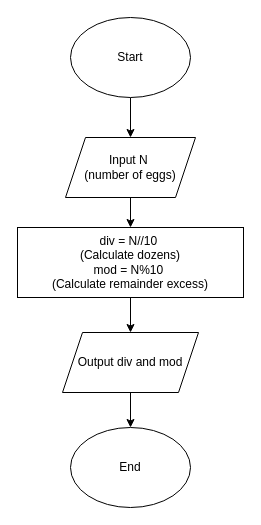
The draw.io diagram page "Câu 2" (2 of 9) of drawio/Exercises_Week3-5.drawio in HerokeyVN/Temp, before the edit. Source tidied: cells renumbered, new cells numbered last; positions are measured from the earlier drawing's top-left corner, leaving out a move shared by most shapes. Both pictures are drawn from the tidied source at 100%, with x=0, y=0 at pixel (17, 17).
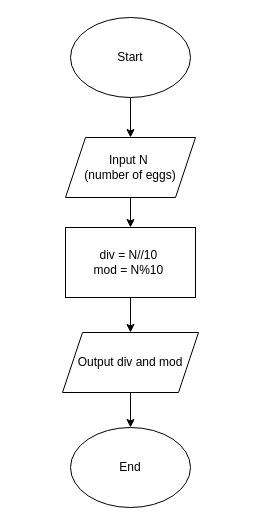
Above is the later version.

Diff of the diagram source:
```diff
@@
 <mxGraphModel>
   <root>
     <mxCell id="0" />
     <mxCell id="1" parent="0" />
     <mxCell id="2" style="edgeStyle=orthogonalEdgeStyle;rounded=0;jettySize=auto;html=1;" parent="1" edge="1" source="3" target="5">
       <mxGeometry relative="1" as="geometry" />
     </mxCell>
     <mxCell id="3" value="Start" style="ellipse;whiteSpace=wrap;html=1;" parent="1" vertex="1">
       <mxGeometry x="53" width="120" height="80" as="geometry" />
     </mxCell>
     <mxCell id="4" style="edgeStyle=orthogonalEdgeStyle;rounded=0;jettySize=auto;html=1;" parent="1" edge="1" source="5" target="7">
       <mxGeometry relative="1" as="geometry" />
     </mxCell>
     <mxCell id="5" value="Input N&amp;nbsp;&lt;div&gt;(number of eggs)&lt;/div&gt;" style="shape=parallelogram;perimeter=parallelogramPerimeter;whiteSpace=wrap;html=1;fixedSize=1;" parent="1" vertex="1">
       <mxGeometry x="48" y="120" width="130" height="60" as="geometry" />
     </mxCell>
     <mxCell id="6" style="edgeStyle=orthogonalEdgeStyle;rounded=0;jettySize=auto;html=1;" parent="1" edge="1" source="7" target="9">
       <mxGeometry relative="1" as="geometry" />
     </mxCell>
-    <mxCell id="7" value="div&amp;nbsp;&lt;span class=&quot;katex&quot;&gt;&lt;span aria-hidden=&quot;true&quot; class=&quot;katex-html&quot;&gt;&lt;span class=&quot;base&quot;&gt;&lt;span class=&quot;mrel&quot;&gt;= N//&lt;/span&gt;&lt;/span&gt;&lt;span class=&quot;base&quot;&gt;&lt;span class=&quot;mord&quot;&gt;10&amp;nbsp;&lt;/span&gt;&lt;/span&gt;&lt;/span&gt;&lt;/span&gt;&lt;div&gt;&lt;span class=&quot;katex&quot;&gt;&lt;span aria-hidden=&quot;true&quot; class=&quot;katex-html&quot;&gt;&lt;span class=&quot;base&quot;&gt;&lt;span class=&quot;mord&quot;&gt;(Calculate dozens)&lt;/span&gt;&lt;/span&gt;&lt;/span&gt;&lt;/span&gt;&lt;div&gt;&lt;span class=&quot;katex&quot;&gt;&lt;span aria-hidden=&quot;true&quot; class=&quot;katex-html&quot;&gt;&lt;span class=&quot;base&quot;&gt;&lt;span class=&quot;mord&quot;&gt;mod = N%10&amp;nbsp;&lt;/span&gt;&lt;/span&gt;&lt;/span&gt;&lt;/span&gt;&lt;/div&gt;&lt;div&gt;&lt;span class=&quot;katex&quot;&gt;&lt;span aria-hidden=&quot;true&quot; class=&quot;katex-html&quot;&gt;&lt;span class=&quot;base&quot;&gt;&lt;span class=&quot;mord&quot;&gt;(&lt;/span&gt;&lt;/span&gt;&lt;/span&gt;&lt;/span&gt;&lt;span style=&quot;background-color: initial;&quot;&gt;Calculate remainder&amp;nbsp;&lt;/span&gt;&lt;span style=&quot;background-color: initial;&quot;&gt;excess&lt;/span&gt;&lt;span style=&quot;background-color: initial;&quot;&gt;)&lt;/span&gt;&lt;/div&gt;&lt;/div&gt;" style="rounded=0;whiteSpace=wrap;html=1;" parent="1" vertex="1">
-      <mxGeometry y="210" width="226" height="70" as="geometry" />
+    <mxCell id="7" value="div&amp;nbsp;&lt;span class=&quot;katex&quot;&gt;&lt;span aria-hidden=&quot;true&quot; class=&quot;katex-html&quot;&gt;&lt;span class=&quot;base&quot;&gt;&lt;span class=&quot;mrel&quot;&gt;= N//&lt;/span&gt;&lt;/span&gt;&lt;span class=&quot;base&quot;&gt;&lt;span class=&quot;mord&quot;&gt;10&amp;nbsp;&lt;/span&gt;&lt;/span&gt;&lt;/span&gt;&lt;/span&gt;&lt;div&gt;&lt;span class=&quot;katex&quot;&gt;&lt;span aria-hidden=&quot;true&quot; class=&quot;katex-html&quot;&gt;&lt;span class=&quot;base&quot;&gt;&lt;span class=&quot;mord&quot;&gt;mod = N%10&amp;nbsp;&lt;br&gt;&lt;/span&gt;&lt;/span&gt;&lt;/span&gt;&lt;/span&gt;&lt;/div&gt;" style="rounded=0;whiteSpace=wrap;html=1;" parent="1" vertex="1">
+      <mxGeometry x="48" y="210" width="130" height="70" as="geometry" />
     </mxCell>
     <mxCell id="8" style="edgeStyle=orthogonalEdgeStyle;rounded=0;jettySize=auto;html=1;" parent="1" edge="1" source="9" target="10">
       <mxGeometry relative="1" as="geometry" />
     </mxCell>
     <mxCell id="9" value="Output div and mod" style="shape=parallelogram;perimeter=parallelogramPerimeter;whiteSpace=wrap;html=1;fixedSize=1;" parent="1" vertex="1">
       <mxGeometry x="45" y="315" width="136" height="60" as="geometry" />
     </mxCell>
     <mxCell id="10" value="End" style="ellipse;whiteSpace=wrap;html=1;" parent="1" vertex="1">
       <mxGeometry x="53" y="410" width="120" height="80" as="geometry" />
     </mxCell>
   </root>
 </mxGraphModel>
```
